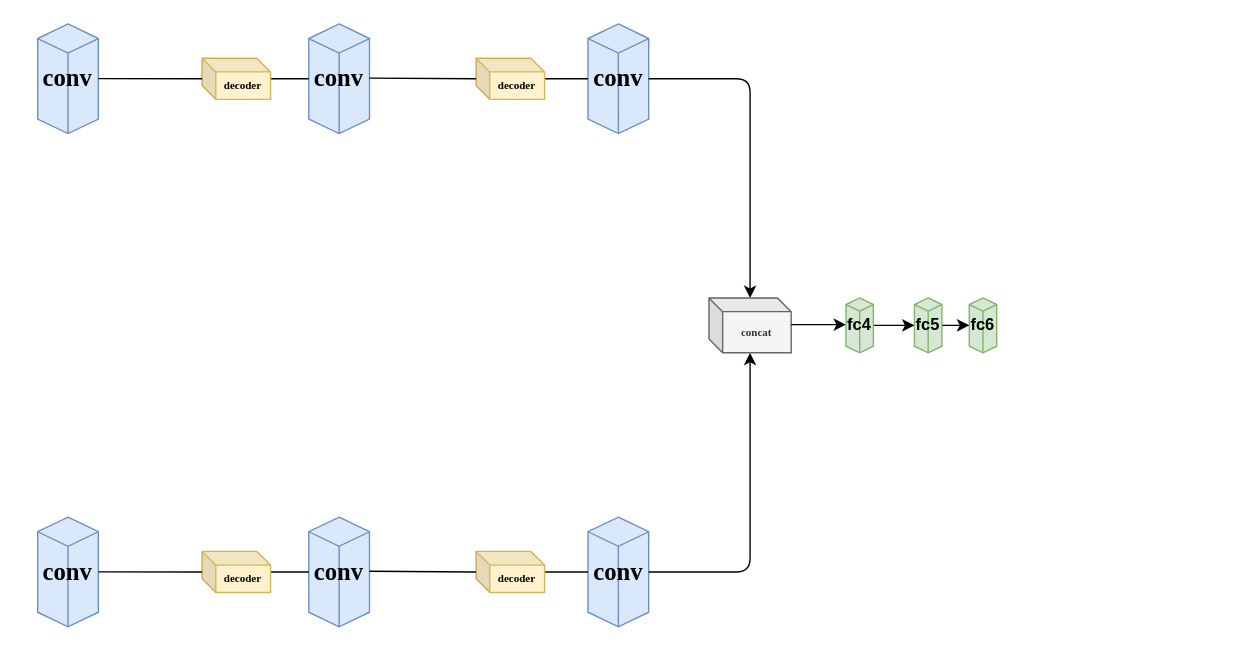
yangmengmeng1997/dVectorSpeakerRecognition keeps this draw.io diagram as 一些论文/未命名绘图.drawio. Above is the earlier version. Source tidied: cells renumbered, new cells numbered last; positions are measured from the earlier drawing's top-left corner, leaving out a move shared by most shapes. Both pictures are drawn from the tidied source at 137%, with x=0, y=0 at pixel (37, 23).
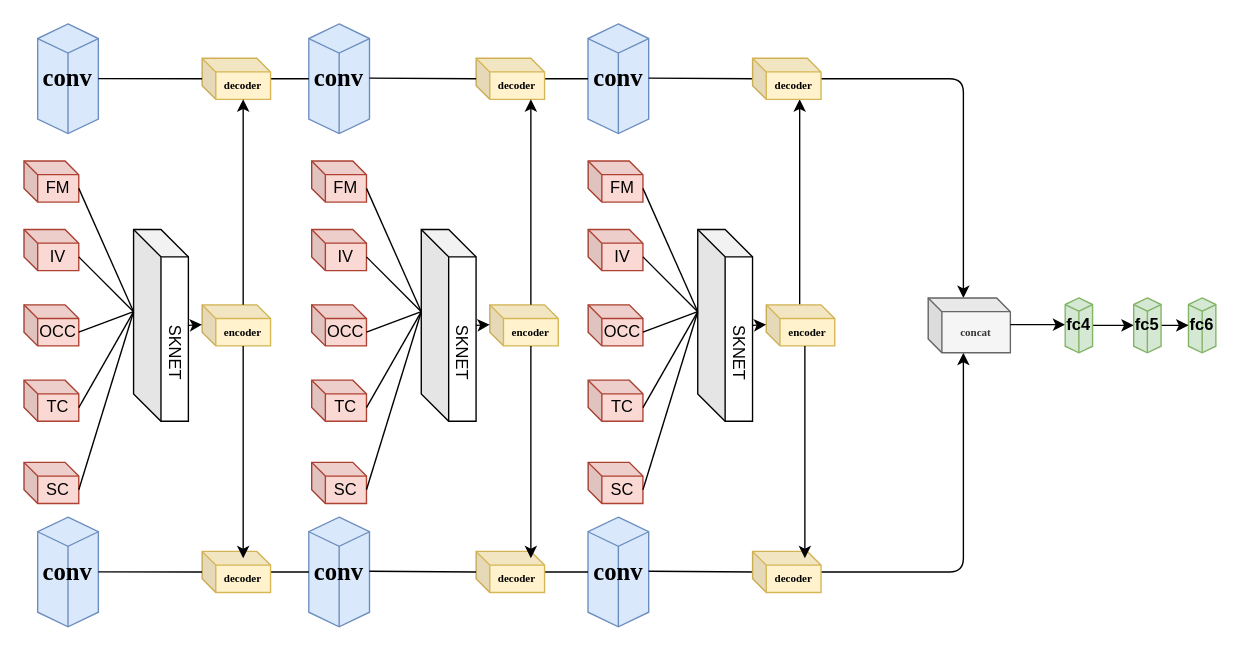
Above is the later version.

Commit message (it also covers changes not shown here):
更新未命名绘图.drawio

What changed in the source:
```diff
@@
     <mxCell id="20" style="edgeStyle=segmentEdgeStyle;endArrow=classic;html=1;" parent="1" edge="1">
       <mxGeometry relative="1" as="geometry">
-        <mxPoint x="446" y="40" as="sourcePoint" />
-        <mxPoint x="520" y="200" as="targetPoint" />
+        <mxPoint x="571.8" y="40" as="sourcePoint" />
+        <mxPoint x="675.7" y="200" as="targetPoint" />
       </mxGeometry>
     </mxCell>
     <mxCell id="21" style="edgeStyle=segmentEdgeStyle;endArrow=classic;html=1;" parent="1" edge="1">
       <mxGeometry relative="1" as="geometry">
-        <mxPoint x="446" y="400" as="sourcePoint" />
-        <mxPoint x="520" y="240" as="targetPoint" />
+        <mxPoint x="571.8" y="400" as="sourcePoint" />
+        <mxPoint x="675.7" y="240" as="targetPoint" />
       </mxGeometry>
     </mxCell>
     <mxCell id="22" value="&lt;h6&gt;&lt;font face=&quot;Times New Roman&quot;&gt;concat&lt;/font&gt;&lt;/h6&gt;" style="shape=cube;whiteSpace=wrap;html=1;boundedLbl=1;backgroundOutline=1;darkOpacity=0.05;darkOpacity2=0.1;size=10;fillColor=#f5f5f5;strokeColor=#666666;fontColor=#333333;" parent="1" vertex="1">
-      <mxGeometry x="490" y="200" width="60" height="40" as="geometry" />
+      <mxGeometry x="650" y="200" width="60" height="40" as="geometry" />
     </mxCell>
     <mxCell id="23" style="endArrow=classic;html=1;" parent="1" edge="1">
       <mxGeometry relative="1" as="geometry">
-        <mxPoint x="550" y="219.5" as="sourcePoint" />
-        <mxPoint x="590" y="219.5" as="targetPoint" />
+        <mxPoint x="710" y="219.5" as="sourcePoint" />
+        <mxPoint x="750" y="219.5" as="targetPoint" />
       </mxGeometry>
     </mxCell>
     <mxCell id="24" style="edgeStyle=orthogonalEdgeStyle;rounded=0;jettySize=auto;html=1;" parent="1" edge="1" source="25">
       <mxGeometry relative="1" as="geometry">
-        <mxPoint x="640" y="220" as="targetPoint" />
+        <mxPoint x="800" y="220" as="targetPoint" />
       </mxGeometry>
     </mxCell>
     <mxCell id="25" value="&lt;b&gt;fc4&lt;/b&gt;" style="html=1;whiteSpace=wrap;shape=isoCube2;backgroundOutline=1;isoAngle=15;fillColor=#d5e8d4;strokeColor=#82b366;" parent="1" vertex="1">
-      <mxGeometry x="590" y="200" width="20" height="40" as="geometry" />
+      <mxGeometry x="750" y="200" width="20" height="40" as="geometry" />
     </mxCell>
@@
     <mxCell id="27" value="&lt;b&gt;fc5&lt;/b&gt;" style="html=1;whiteSpace=wrap;shape=isoCube2;backgroundOutline=1;isoAngle=15;fillColor=#d5e8d4;strokeColor=#82b366;" parent="1" vertex="1">
-      <mxGeometry x="640" y="200" width="20" height="40" as="geometry" />
+      <mxGeometry x="800" y="200" width="20" height="40" as="geometry" />
     </mxCell>
     <mxCell id="28" value="&lt;b&gt;fc6&lt;/b&gt;" style="html=1;whiteSpace=wrap;shape=isoCube2;backgroundOutline=1;isoAngle=15;fillColor=#d5e8d4;strokeColor=#82b366;" parent="1" vertex="1">
-      <mxGeometry x="680" y="200" width="20" height="40" as="geometry" />
+      <mxGeometry x="840" y="200" width="20" height="40" as="geometry" />
     </mxCell>
+    <mxCell id="29" value="OCC" style="shape=cube;whiteSpace=wrap;html=1;boundedLbl=1;backgroundOutline=1;darkOpacity=0.05;darkOpacity2=0.1;size=10;fillColor=#fad9d5;strokeColor=#ae4132;" parent="1" vertex="1">
+      <mxGeometry x="-10" y="205" width="40" height="30" as="geometry" />
+    </mxCell>
+    <mxCell id="30" value="TC" style="shape=cube;whiteSpace=wrap;html=1;boundedLbl=1;backgroundOutline=1;darkOpacity=0.05;darkOpacity2=0.1;size=10;fillColor=#fad9d5;strokeColor=#ae4132;" parent="1" vertex="1">
+      <mxGeometry x="-10" y="260" width="40" height="30" as="geometry" />
+    </mxCell>
+    <mxCell id="31" value="FM" style="shape=cube;whiteSpace=wrap;html=1;boundedLbl=1;backgroundOutline=1;darkOpacity=0.05;darkOpacity2=0.1;size=10;fillColor=#fad9d5;strokeColor=#ae4132;" parent="1" vertex="1">
+      <mxGeometry x="-10" y="100" width="40" height="30" as="geometry" />
+    </mxCell>
+    <mxCell id="32" value="IV" style="shape=cube;whiteSpace=wrap;html=1;boundedLbl=1;backgroundOutline=1;darkOpacity=0.05;darkOpacity2=0.1;size=10;fillColor=#fad9d5;strokeColor=#ae4132;" parent="1" vertex="1">
+      <mxGeometry x="-10" y="150" width="40" height="30" as="geometry" />
+    </mxCell>
+    <mxCell id="33" value="SC" style="shape=cube;whiteSpace=wrap;html=1;boundedLbl=1;backgroundOutline=1;darkOpacity=0.05;darkOpacity2=0.1;size=10;fillColor=#fad9d5;strokeColor=#ae4132;" parent="1" vertex="1">
+      <mxGeometry x="-10" y="320" width="40" height="30" as="geometry" />
+    </mxCell>
+    <mxCell id="34" style="shape=cube;whiteSpace=wrap;html=1;boundedLbl=1;backgroundOutline=1;darkOpacity=0.05;darkOpacity2=0.1;" parent="1" vertex="1">
+      <mxGeometry x="70" y="150" width="40" height="140" as="geometry" />
+    </mxCell>
+    <mxCell id="35" value="SKNET" style="text;html=1;strokeColor=none;fillColor=none;align=center;verticalAlign=middle;whiteSpace=wrap;rounded=0;rotation=90;" parent="1" vertex="1">
+      <mxGeometry x="80" y="230" width="40" height="20" as="geometry" />
+    </mxCell>
+    <mxCell id="36" style="endArrow=none;html=1;entryX=0;entryY=0;entryDx=0;entryDy=60;entryPerimeter=0;" parent="1" edge="1" target="34">
+      <mxGeometry relative="1" as="geometry">
+        <mxPoint x="30" y="120" as="sourcePoint" />
+      </mxGeometry>
+    </mxCell>
+    <mxCell id="37" style="endArrow=none;html=1;entryX=0;entryY=0;entryDx=0;entryDy=60;entryPerimeter=0;" parent="1" edge="1" target="34">
+      <mxGeometry relative="1" as="geometry">
+        <mxPoint x="30" y="170" as="sourcePoint" />
+      </mxGeometry>
+    </mxCell>
+    <mxCell id="38" style="endArrow=none;html=1;entryX=0;entryY=0;entryDx=0;entryDy=60;entryPerimeter=0;exitX=0;exitY=0;exitDx=40;exitDy=20;exitPerimeter=0;" parent="1" edge="1" source="29" target="34">
+      <mxGeometry relative="1" as="geometry" />
+    </mxCell>
+    <mxCell id="39" style="endArrow=none;html=1;exitX=0;exitY=0;exitDx=40;exitDy=20;exitPerimeter=0;" parent="1" edge="1" source="30">
+      <mxGeometry relative="1" as="geometry">
+        <mxPoint x="70" y="210" as="targetPoint" />
+      </mxGeometry>
+    </mxCell>
+    <mxCell id="40" style="endArrow=none;html=1;" parent="1" edge="1">
+      <mxGeometry relative="1" as="geometry">
+        <mxPoint x="30" y="340" as="sourcePoint" />
+        <mxPoint x="70" y="210" as="targetPoint" />
+      </mxGeometry>
+    </mxCell>
+    <mxCell id="41" value="&lt;h6&gt;&lt;font face=&quot;Times New Roman&quot;&gt;encoder&lt;/font&gt;&lt;/h6&gt;" style="shape=cube;whiteSpace=wrap;html=1;boundedLbl=1;backgroundOutline=1;darkOpacity=0.05;darkOpacity2=0.1;size=10;fillColor=#fff2cc;strokeColor=#d6b656;" parent="1" vertex="1">
+      <mxGeometry x="120" y="205" width="50" height="30" as="geometry" />
+    </mxCell>
+    <mxCell id="42" style="endArrow=classic;html=1;" parent="1" edge="1">
+      <mxGeometry relative="1" as="geometry">
+        <mxPoint x="110" y="220" as="sourcePoint" />
+        <mxPoint x="120" y="219.5" as="targetPoint" />
+      </mxGeometry>
+    </mxCell>
+    <mxCell id="43" style="endArrow=classic;html=1;" parent="1" edge="1">
+      <mxGeometry relative="1" as="geometry">
+        <mxPoint x="150" y="205" as="sourcePoint" />
+        <mxPoint x="150" y="55" as="targetPoint" />
+      </mxGeometry>
+    </mxCell>
+    <mxCell id="44" style="endArrow=classic;html=1;" parent="1" edge="1">
+      <mxGeometry relative="1" as="geometry">
+        <mxPoint x="150" y="235" as="sourcePoint" />
+        <mxPoint x="150" y="390" as="targetPoint" />
+      </mxGeometry>
+    </mxCell>
+    <mxCell id="45" value="OCC" style="shape=cube;whiteSpace=wrap;html=1;boundedLbl=1;backgroundOutline=1;darkOpacity=0.05;darkOpacity2=0.1;size=10;fillColor=#fad9d5;strokeColor=#ae4132;" parent="1" vertex="1">
+      <mxGeometry x="200" y="205" width="40" height="30" as="geometry" />
+    </mxCell>
+    <mxCell id="46" value="TC" style="shape=cube;whiteSpace=wrap;html=1;boundedLbl=1;backgroundOutline=1;darkOpacity=0.05;darkOpacity2=0.1;size=10;fillColor=#fad9d5;strokeColor=#ae4132;" parent="1" vertex="1">
+      <mxGeometry x="200" y="260" width="40" height="30" as="geometry" />
+    </mxCell>
+    <mxCell id="47" value="FM" style="shape=cube;whiteSpace=wrap;html=1;boundedLbl=1;backgroundOutline=1;darkOpacity=0.05;darkOpacity2=0.1;size=10;fillColor=#fad9d5;strokeColor=#ae4132;" parent="1" vertex="1">
+      <mxGeometry x="200" y="100" width="40" height="30" as="geometry" />
+    </mxCell>
+    <mxCell id="48" value="IV" style="shape=cube;whiteSpace=wrap;html=1;boundedLbl=1;backgroundOutline=1;darkOpacity=0.05;darkOpacity2=0.1;size=10;fillColor=#fad9d5;strokeColor=#ae4132;" parent="1" vertex="1">
+      <mxGeometry x="200" y="150" width="40" height="30" as="geometry" />
+    </mxCell>
+    <mxCell id="49" value="SC" style="shape=cube;whiteSpace=wrap;html=1;boundedLbl=1;backgroundOutline=1;darkOpacity=0.05;darkOpacity2=0.1;size=10;fillColor=#fad9d5;strokeColor=#ae4132;" parent="1" vertex="1">
+      <mxGeometry x="200" y="320" width="40" height="30" as="geometry" />
+    </mxCell>
+    <mxCell id="50" style="shape=cube;whiteSpace=wrap;html=1;boundedLbl=1;backgroundOutline=1;darkOpacity=0.05;darkOpacity2=0.1;" parent="1" vertex="1">
+      <mxGeometry x="280" y="150" width="40" height="140" as="geometry" />
+    </mxCell>
+    <mxCell id="51" value="SKNET" style="text;html=1;strokeColor=none;fillColor=none;align=center;verticalAlign=middle;whiteSpace=wrap;rounded=0;rotation=90;" parent="1" vertex="1">
+      <mxGeometry x="290" y="230" width="40" height="20" as="geometry" />
+    </mxCell>
+    <mxCell id="52" style="endArrow=none;html=1;entryX=0;entryY=0;entryDx=0;entryDy=60;entryPerimeter=0;" parent="1" edge="1" target="50">
+      <mxGeometry relative="1" as="geometry">
+        <mxPoint x="240" y="120" as="sourcePoint" />
+      </mxGeometry>
+    </mxCell>
+    <mxCell id="53" style="endArrow=none;html=1;entryX=0;entryY=0;entryDx=0;entryDy=60;entryPerimeter=0;" parent="1" edge="1" target="50">
+      <mxGeometry relative="1" as="geometry">
+        <mxPoint x="240" y="170" as="sourcePoint" />
+      </mxGeometry>
+    </mxCell>
+    <mxCell id="54" style="endArrow=none;html=1;entryX=0;entryY=0;entryDx=0;entryDy=60;entryPerimeter=0;exitX=0;exitY=0;exitDx=40;exitDy=20;exitPerimeter=0;" parent="1" edge="1" source="45" target="50">
+      <mxGeometry relative="1" as="geometry" />
+    </mxCell>
+    <mxCell id="55" style="endArrow=none;html=1;exitX=0;exitY=0;exitDx=40;exitDy=20;exitPerimeter=0;" parent="1" edge="1" source="46">
+      <mxGeometry relative="1" as="geometry">
+        <mxPoint x="280" y="210" as="targetPoint" />
+      </mxGeometry>
+    </mxCell>
+    <mxCell id="56" style="endArrow=none;html=1;" parent="1" edge="1">
+      <mxGeometry relative="1" as="geometry">
+        <mxPoint x="240" y="340" as="sourcePoint" />
+        <mxPoint x="280" y="210" as="targetPoint" />
+      </mxGeometry>
+    </mxCell>
+    <mxCell id="57" value="&lt;h6&gt;&lt;font face=&quot;Times New Roman&quot;&gt;encoder&lt;/font&gt;&lt;/h6&gt;" style="shape=cube;whiteSpace=wrap;html=1;boundedLbl=1;backgroundOutline=1;darkOpacity=0.05;darkOpacity2=0.1;size=10;fillColor=#fff2cc;strokeColor=#d6b656;" parent="1" vertex="1">
+      <mxGeometry x="330" y="205" width="50" height="30" as="geometry" />
+    </mxCell>
+    <mxCell id="58" style="endArrow=classic;html=1;" parent="1" edge="1">
+      <mxGeometry relative="1" as="geometry">
+        <mxPoint x="320" y="220" as="sourcePoint" />
+        <mxPoint x="330" y="219.5" as="targetPoint" />
+      </mxGeometry>
+    </mxCell>
+    <mxCell id="59" style="endArrow=classic;html=1;" parent="1" edge="1">
+      <mxGeometry relative="1" as="geometry">
+        <mxPoint x="556.2" y="205" as="sourcePoint" />
+        <mxPoint x="556.2" y="55" as="targetPoint" />
+      </mxGeometry>
+    </mxCell>
+    <mxCell id="60" style="endArrow=classic;html=1;" parent="1" edge="1">
+      <mxGeometry relative="1" as="geometry">
+        <mxPoint x="360" y="235" as="sourcePoint" />
+        <mxPoint x="360" y="390" as="targetPoint" />
+      </mxGeometry>
+    </mxCell>
+    <mxCell id="61" value="OCC" style="shape=cube;whiteSpace=wrap;html=1;boundedLbl=1;backgroundOutline=1;darkOpacity=0.05;darkOpacity2=0.1;size=10;fillColor=#fad9d5;strokeColor=#ae4132;" parent="1" vertex="1">
+      <mxGeometry x="401.8" y="205" width="40" height="30" as="geometry" />
+    </mxCell>
+    <mxCell id="62" value="TC" style="shape=cube;whiteSpace=wrap;html=1;boundedLbl=1;backgroundOutline=1;darkOpacity=0.05;darkOpacity2=0.1;size=10;fillColor=#fad9d5;strokeColor=#ae4132;" parent="1" vertex="1">
+      <mxGeometry x="401.8" y="260" width="40" height="30" as="geometry" />
+    </mxCell>
+    <mxCell id="63" value="FM" style="shape=cube;whiteSpace=wrap;html=1;boundedLbl=1;backgroundOutline=1;darkOpacity=0.05;darkOpacity2=0.1;size=10;fillColor=#fad9d5;strokeColor=#ae4132;" parent="1" vertex="1">
+      <mxGeometry x="401.8" y="100" width="40" height="30" as="geometry" />
+    </mxCell>
+    <mxCell id="64" value="IV" style="shape=cube;whiteSpace=wrap;html=1;boundedLbl=1;backgroundOutline=1;darkOpacity=0.05;darkOpacity2=0.1;size=10;fillColor=#fad9d5;strokeColor=#ae4132;" parent="1" vertex="1">
+      <mxGeometry x="401.8" y="150" width="40" height="30" as="geometry" />
+    </mxCell>
+    <mxCell id="65" value="SC" style="shape=cube;whiteSpace=wrap;html=1;boundedLbl=1;backgroundOutline=1;darkOpacity=0.05;darkOpacity2=0.1;size=10;fillColor=#fad9d5;strokeColor=#ae4132;" parent="1" vertex="1">
+      <mxGeometry x="401.8" y="320" width="40" height="30" as="geometry" />
+    </mxCell>
+    <mxCell id="66" style="shape=cube;whiteSpace=wrap;html=1;boundedLbl=1;backgroundOutline=1;darkOpacity=0.05;darkOpacity2=0.1;" parent="1" vertex="1">
+      <mxGeometry x="481.8" y="150" width="40" height="140" as="geometry" />
+    </mxCell>
+    <mxCell id="67" value="SKNET" style="text;html=1;strokeColor=none;fillColor=none;align=center;verticalAlign=middle;whiteSpace=wrap;rounded=0;rotation=90;" parent="1" vertex="1">
+      <mxGeometry x="491.8" y="230" width="40" height="20" as="geometry" />
+    </mxCell>
+    <mxCell id="68" style="endArrow=none;html=1;entryX=0;entryY=0;entryDx=0;entryDy=60;entryPerimeter=0;" parent="1" edge="1" target="66">
+      <mxGeometry relative="1" as="geometry">
+        <mxPoint x="441.8" y="120" as="sourcePoint" />
+      </mxGeometry>
+    </mxCell>
+    <mxCell id="69" style="endArrow=none;html=1;entryX=0;entryY=0;entryDx=0;entryDy=60;entryPerimeter=0;" parent="1" edge="1" target="66">
+      <mxGeometry relative="1" as="geometry">
+        <mxPoint x="441.8" y="170" as="sourcePoint" />
+      </mxGeometry>
+    </mxCell>
+    <mxCell id="70" style="endArrow=none;html=1;entryX=0;entryY=0;entryDx=0;entryDy=60;entryPerimeter=0;exitX=0;exitY=0;exitDx=40;exitDy=20;exitPerimeter=0;" parent="1" edge="1" source="61" target="66">
+      <mxGeometry relative="1" as="geometry" />
+    </mxCell>
+    <mxCell id="71" style="endArrow=none;html=1;exitX=0;exitY=0;exitDx=40;exitDy=20;exitPerimeter=0;" parent="1" edge="1" source="62">
+      <mxGeometry relative="1" as="geometry">
+        <mxPoint x="481.8" y="210" as="targetPoint" />
+      </mxGeometry>
+    </mxCell>
+    <mxCell id="72" style="endArrow=none;html=1;" parent="1" edge="1">
+      <mxGeometry relative="1" as="geometry">
+        <mxPoint x="441.8" y="340" as="sourcePoint" />
+        <mxPoint x="481.8" y="210" as="targetPoint" />
+      </mxGeometry>
+    </mxCell>
+    <mxCell id="73" value="&lt;h6&gt;&lt;font face=&quot;Times New Roman&quot;&gt;encoder&lt;/font&gt;&lt;/h6&gt;" style="shape=cube;whiteSpace=wrap;html=1;boundedLbl=1;backgroundOutline=1;darkOpacity=0.05;darkOpacity2=0.1;size=10;fillColor=#fff2cc;strokeColor=#d6b656;" parent="1" vertex="1">
+      <mxGeometry x="531.8" y="205" width="50" height="30" as="geometry" />
+    </mxCell>
+    <mxCell id="74" style="endArrow=classic;html=1;" parent="1" edge="1">
+      <mxGeometry relative="1" as="geometry">
+        <mxPoint x="521.8" y="220" as="sourcePoint" />
+        <mxPoint x="531.8" y="219.5" as="targetPoint" />
+      </mxGeometry>
+    </mxCell>
+    <mxCell id="75" style="endArrow=none;html=1;" parent="1" edge="1">
+      <mxGeometry x="481.8" y="160.1" as="geometry">
+        <mxPoint x="446" y="39.5" as="sourcePoint" />
+        <mxPoint x="523.9" y="40" as="targetPoint" />
+      </mxGeometry>
+    </mxCell>
+    <mxCell id="76" value="&lt;h6&gt;&lt;font face=&quot;Times New Roman&quot;&gt;decoder&lt;/font&gt;&lt;/h6&gt;" style="shape=cube;whiteSpace=wrap;html=1;boundedLbl=1;backgroundOutline=1;darkOpacity=0.05;darkOpacity2=0.1;size=10;fillColor=#fff2cc;strokeColor=#d6b656;" parent="1" vertex="1">
+      <mxGeometry x="521.8" y="25" width="50" height="30" as="geometry" />
+    </mxCell>
+    <mxCell id="77" style="endArrow=none;html=1;" parent="1" edge="1">
+      <mxGeometry x="481.8" y="520.1" as="geometry">
+        <mxPoint x="446" y="399.5" as="sourcePoint" />
+        <mxPoint x="523.9" y="400" as="targetPoint" />
+      </mxGeometry>
+    </mxCell>
+    <mxCell id="78" value="&lt;h6&gt;&lt;font face=&quot;Times New Roman&quot;&gt;decoder&lt;/font&gt;&lt;/h6&gt;" style="shape=cube;whiteSpace=wrap;html=1;boundedLbl=1;backgroundOutline=1;darkOpacity=0.05;darkOpacity2=0.1;size=10;fillColor=#fff2cc;strokeColor=#d6b656;" parent="1" vertex="1">
+      <mxGeometry x="521.8" y="385" width="50" height="30" as="geometry" />
+    </mxCell>
+    <mxCell id="79" style="endArrow=classic;html=1;" parent="1" edge="1">
+      <mxGeometry relative="1" as="geometry">
+        <mxPoint x="560" y="235" as="sourcePoint" />
+        <mxPoint x="560" y="390" as="targetPoint" />
+      </mxGeometry>
+    </mxCell>
+    <mxCell id="80" style="endArrow=classic;html=1;" parent="1" edge="1">
+      <mxGeometry relative="1" as="geometry">
+        <mxPoint x="360" y="205" as="sourcePoint" />
+        <mxPoint x="360" y="55" as="targetPoint" />
+      </mxGeometry>
+    </mxCell>
```
